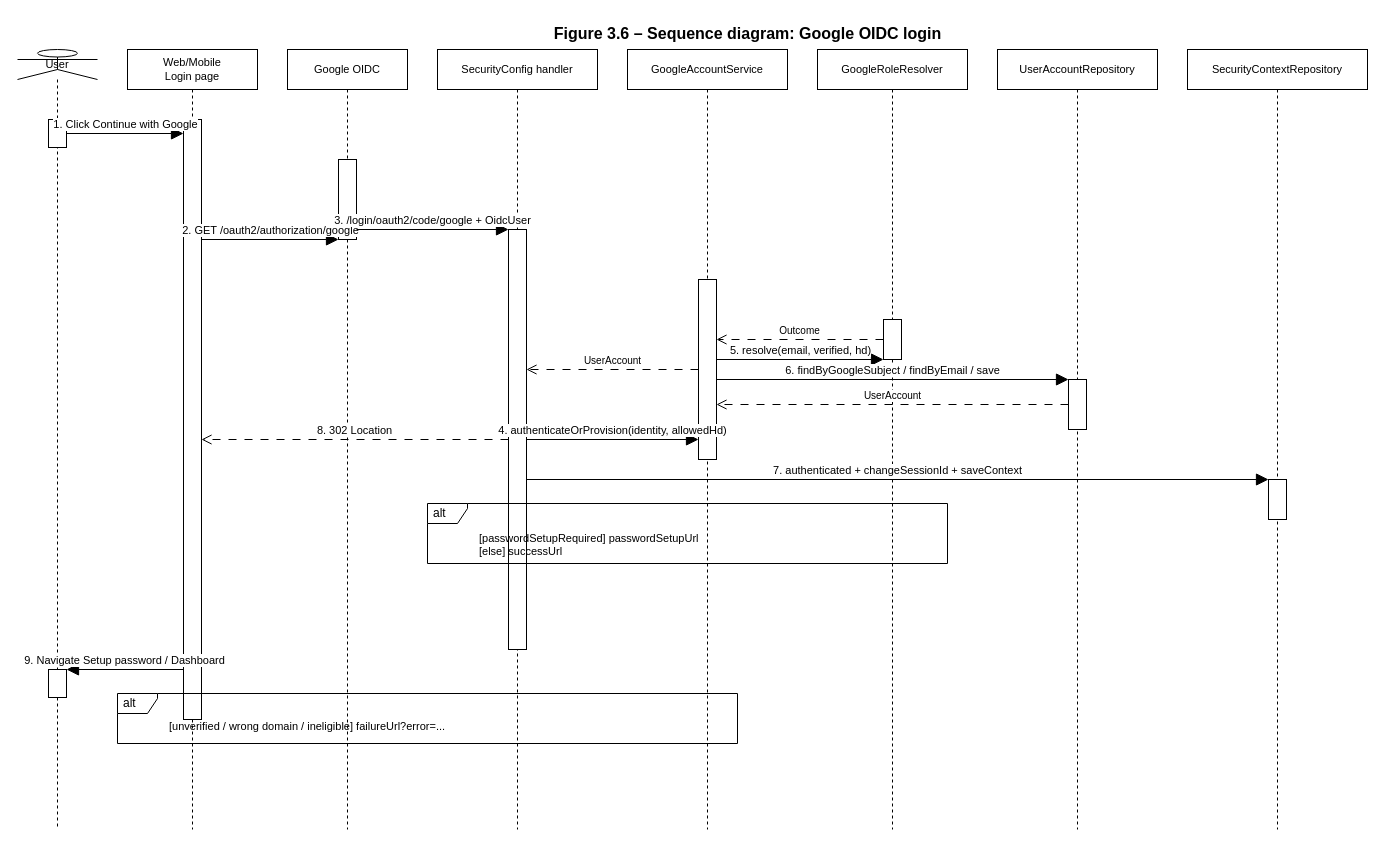
Earlier version of the draw.io diagram page "3.6 Google OIDC — Sequence" (6 of 20) of docs/diagrams/01-auth.drawio (Saga-Learning-to-Hero/saga-be). Source tidied: cells renumbered, new cells numbered last; positions are measured from the earlier drawing's top-left corner, leaving out a move shared by most shapes. Both pictures are drawn from the tidied source at 100%, with x=0, y=0 at pixel (17, 17).
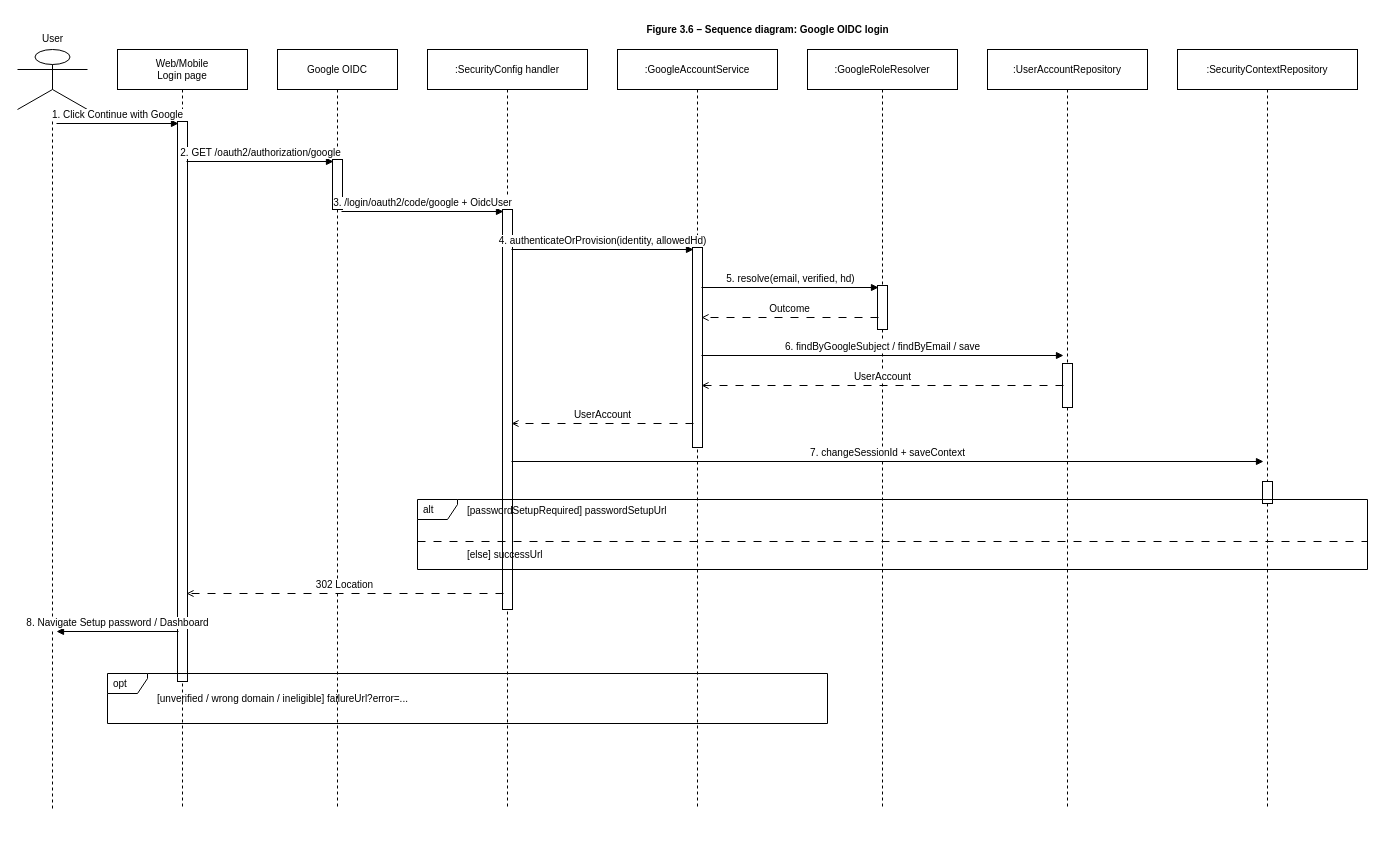
Above is the later version.

The edit, as a diff of the source:
```diff
@@
-    <mxCell id="2" value="Figure 3.6 – Sequence diagram: Google OIDC login" style="text;html=1;strokeColor=none;fillColor=none;align=center;fontStyle=1;fontSize=16;" parent="1" vertex="1">
-      <mxGeometry x="490" width="480" height="22" as="geometry" />
+    <mxCell id="2" value="Figure 3.6 – Sequence diagram: Google OIDC login" style="text;html=1;strokeColor=none;fillColor=none;align=center;fontStyle=1;fontSize=10;" parent="1" vertex="1">
+      <mxGeometry x="490" width="520" height="22" as="geometry" />
     </mxCell>
-    <mxCell id="3" value="User" style="shape=umlLifeline;perimeter=lifelinePerimeter;whiteSpace=wrap;html=1;participant=umlActor;size=30;fontSize=11;" parent="1" vertex="1">
-      <mxGeometry y="32" width="80" height="780" as="geometry" />
+    <mxCell id="3" value="User" style="text;html=1;align=center;verticalAlign=bottom;fontSize=10;strokeColor=none;fillColor=none;" parent="1" vertex="1">
+      <mxGeometry y="14" width="70" height="16" as="geometry" />
     </mxCell>
+    <mxCell id="36" style="shape=umlLifeline;perimeter=lifelinePerimeter;whiteSpace=wrap;html=1;participant=umlActor;size=60;fontSize=10;strokeColor=#000000;" parent="1" vertex="1">
+      <mxGeometry y="32" width="70" height="760" as="geometry" />
+    </mxCell>
-    <mxCell id="4" value="Web/Mobile&lt;br&gt;Login page" style="shape=umlLifeline;perimeter=lifelinePerimeter;whiteSpace=wrap;html=1;size=40;fontSize=11;fillColor=#ffffff;" parent="1" vertex="1">
-      <mxGeometry x="110" y="32" width="130" height="780" as="geometry" />
+    <mxCell id="4" value="Web/Mobile&lt;br&gt;Login page" style="shape=umlLifeline;perimeter=lifelinePerimeter;whiteSpace=wrap;html=1;size=40;fontSize=10;fillColor=#ffffff;strokeColor=#000000;" parent="1" vertex="1">
+      <mxGeometry x="100" y="32" width="130" height="760" as="geometry" />
     </mxCell>
-    <mxCell id="5" value="Google OIDC" style="shape=umlLifeline;perimeter=lifelinePerimeter;whiteSpace=wrap;html=1;size=40;fontSize=11;fillColor=#ffffff;" parent="1" vertex="1">
-      <mxGeometry x="270" y="32" width="120" height="780" as="geometry" />
+    <mxCell id="5" value="Google OIDC" style="shape=umlLifeline;perimeter=lifelinePerimeter;whiteSpace=wrap;html=1;size=40;fontSize=10;fillColor=#ffffff;strokeColor=#000000;" parent="1" vertex="1">
+      <mxGeometry x="260" y="32" width="120" height="760" as="geometry" />
     </mxCell>
-    <mxCell id="6" value="SecurityConfig handler" style="shape=umlLifeline;perimeter=lifelinePerimeter;whiteSpace=wrap;html=1;size=40;fontSize=11;fillColor=#ffffff;" parent="1" vertex="1">
-      <mxGeometry x="420" y="32" width="160" height="780" as="geometry" />
-    </mxCell>
-    <mxCell id="7" value="GoogleAccountService" style="shape=umlLifeline;perimeter=lifelinePerimeter;whiteSpace=wrap;html=1;size=40;fontSize=11;fillColor=#ffffff;" parent="1" vertex="1">
-      <mxGeometry x="610" y="32" width="160" height="780" as="geometry" />
-    </mxCell>
-    <mxCell id="8" value="GoogleRoleResolver" style="shape=umlLifeline;perimeter=lifelinePerimeter;whiteSpace=wrap;html=1;size=40;fontSize=11;fillColor=#ffffff;" parent="1" vertex="1">
-      <mxGeometry x="800" y="32" width="150" height="780" as="geometry" />
-    </mxCell>
-    <mxCell id="9" value="UserAccountRepository" style="shape=umlLifeline;perimeter=lifelinePerimeter;whiteSpace=wrap;html=1;size=40;fontSize=11;fillColor=#ffffff;" parent="1" vertex="1">
-      <mxGeometry x="980" y="32" width="160" height="780" as="geometry" />
-    </mxCell>
-    <mxCell id="10" value="SecurityContextRepository" style="shape=umlLifeline;perimeter=lifelinePerimeter;whiteSpace=wrap;html=1;size=40;fontSize=11;fillColor=#ffffff;" parent="1" vertex="1">
-      <mxGeometry x="1170" y="32" width="180" height="780" as="geometry" />
-    </mxCell>
-    <mxCell id="11" style="html=1;points=[];perimeter=orthogonalPerimeter;outlineConnect=0;targetShapes=umlLifeline;portConstraint=eastwest;fillColor=#ffffff;" parent="3" vertex="1">
-      <mxGeometry x="31" y="70" width="18" height="28" as="geometry" />
-    </mxCell>
-    <mxCell id="12" style="html=1;points=[];perimeter=orthogonalPerimeter;outlineConnect=0;targetShapes=umlLifeline;portConstraint=eastwest;fillColor=#ffffff;" parent="4" vertex="1">
-      <mxGeometry x="56" y="70" width="18" height="600" as="geometry" />
-    </mxCell>
-    <mxCell id="13" style="html=1;points=[];perimeter=orthogonalPerimeter;outlineConnect=0;targetShapes=umlLifeline;portConstraint=eastwest;fillColor=#ffffff;" parent="5" vertex="1">
-      <mxGeometry x="51" y="110" width="18" height="80" as="geometry" />
-    </mxCell>
-    <mxCell id="14" style="html=1;points=[];perimeter=orthogonalPerimeter;outlineConnect=0;targetShapes=umlLifeline;portConstraint=eastwest;fillColor=#ffffff;" parent="6" vertex="1">
-      <mxGeometry x="71" y="180" width="18" height="420" as="geometry" />
-    </mxCell>
-    <mxCell id="15" style="html=1;points=[];perimeter=orthogonalPerimeter;outlineConnect=0;targetShapes=umlLifeline;portConstraint=eastwest;fillColor=#ffffff;" parent="7" vertex="1">
-      <mxGeometry x="71" y="230" width="18" height="180" as="geometry" />
-    </mxCell>
-    <mxCell id="16" style="html=1;points=[];perimeter=orthogonalPerimeter;outlineConnect=0;targetShapes=umlLifeline;portConstraint=eastwest;fillColor=#ffffff;" parent="8" vertex="1">
-      <mxGeometry x="66" y="270" width="18" height="40" as="geometry" />
-    </mxCell>
-    <mxCell id="17" style="html=1;points=[];perimeter=orthogonalPerimeter;outlineConnect=0;targetShapes=umlLifeline;portConstraint=eastwest;fillColor=#ffffff;" parent="9" vertex="1">
-      <mxGeometry x="71" y="330" width="18" height="50" as="geometry" />
-    </mxCell>
-    <mxCell id="18" style="html=1;points=[];perimeter=orthogonalPerimeter;outlineConnect=0;targetShapes=umlLifeline;portConstraint=eastwest;fillColor=#ffffff;" parent="10" vertex="1">
-      <mxGeometry x="81" y="430" width="18" height="40" as="geometry" />
-    </mxCell>
-    <mxCell id="19" style="html=1;points=[];perimeter=orthogonalPerimeter;outlineConnect=0;targetShapes=umlLifeline;portConstraint=eastwest;fillColor=#ffffff;" parent="3" vertex="1">
-      <mxGeometry x="31" y="620" width="18" height="28" as="geometry" />
-    </mxCell>
+    <mxCell id="37" value=":SecurityConfig handler" style="shape=umlLifeline;perimeter=lifelinePerimeter;whiteSpace=wrap;html=1;size=40;fontSize=10;fillColor=#ffffff;strokeColor=#000000;" parent="1" vertex="1">
+      <mxGeometry x="410" y="32" width="160" height="760" as="geometry" />
+    </mxCell>
+    <mxCell id="38" value=":GoogleAccountService" style="shape=umlLifeline;perimeter=lifelinePerimeter;whiteSpace=wrap;html=1;size=40;fontSize=10;fillColor=#ffffff;strokeColor=#000000;" parent="1" vertex="1">
+      <mxGeometry x="600" y="32" width="160" height="760" as="geometry" />
+    </mxCell>
+    <mxCell id="39" value=":GoogleRoleResolver" style="shape=umlLifeline;perimeter=lifelinePerimeter;whiteSpace=wrap;html=1;size=40;fontSize=10;fillColor=#ffffff;strokeColor=#000000;" parent="1" vertex="1">
+      <mxGeometry x="790" y="32" width="150" height="760" as="geometry" />
+    </mxCell>
+    <mxCell id="40" value=":UserAccountRepository" style="shape=umlLifeline;perimeter=lifelinePerimeter;whiteSpace=wrap;html=1;size=40;fontSize=10;fillColor=#ffffff;strokeColor=#000000;" parent="1" vertex="1">
+      <mxGeometry x="970" y="32" width="160" height="760" as="geometry" />
+    </mxCell>
+    <mxCell id="41" value=":SecurityContextRepository" style="shape=umlLifeline;perimeter=lifelinePerimeter;whiteSpace=wrap;html=1;size=40;fontSize=10;fillColor=#ffffff;strokeColor=#000000;" parent="1" vertex="1">
+      <mxGeometry x="1160" y="32" width="180" height="760" as="geometry" />
+    </mxCell>
+    <mxCell id="42" style="html=1;fillColor=#ffffff;strokeColor=#000000;" parent="4" vertex="1">
+      <mxGeometry x="60" y="72" width="10" height="560" as="geometry" />
+    </mxCell>
+    <mxCell id="43" style="html=1;fillColor=#ffffff;strokeColor=#000000;" parent="5" vertex="1">
+      <mxGeometry x="55" y="110" width="10" height="50" as="geometry" />
+    </mxCell>
+    <mxCell id="44" style="html=1;fillColor=#ffffff;strokeColor=#000000;" parent="37" vertex="1">
+      <mxGeometry x="75" y="160" width="10" height="400" as="geometry" />
+    </mxCell>
+    <mxCell id="45" style="html=1;fillColor=#ffffff;strokeColor=#000000;" parent="38" vertex="1">
+      <mxGeometry x="75" y="198" width="10" height="200" as="geometry" />
+    </mxCell>
+    <mxCell id="46" style="html=1;fillColor=#ffffff;strokeColor=#000000;" parent="39" vertex="1">
+      <mxGeometry x="70" y="236" width="10" height="44" as="geometry" />
+    </mxCell>
+    <mxCell id="47" style="html=1;fillColor=#ffffff;strokeColor=#000000;" parent="40" vertex="1">
+      <mxGeometry x="75" y="314" width="10" height="44" as="geometry" />
+    </mxCell>
+    <mxCell id="48" style="html=1;fillColor=#ffffff;strokeColor=#000000;" parent="41" vertex="1">
+      <mxGeometry x="85" y="432" width="10" height="22" as="geometry" />
+    </mxCell>
+    <mxCell id="49" style="ellipse;fillColor=none;strokeColor=none;opacity=0;" parent="36" vertex="1">
+      <mxGeometry x="31" y="70" width="8" height="8" as="geometry" />
+    </mxCell>
+    <mxCell id="50" style="ellipse;fillColor=none;strokeColor=none;opacity=0;" parent="4" vertex="1">
+      <mxGeometry x="61" y="70" width="8" height="8" as="geometry" />
+    </mxCell>
-    <mxCell id="20" value="1. Click Continue with Google" style="html=1;verticalAlign=bottom;endArrow=block;endFill=1;endSize=10;fontSize=11;" parent="1" edge="1" source="11" target="12">
+    <mxCell id="20" value="1. Click Continue with Google" style="html=1;verticalAlign=bottom;endArrow=block;endFill=1;endSize=5;startArrow=none;edgeStyle=none;rounded=0;strokeWidth=1;fontSize=10;labelBackgroundColor=#ffffff;strokeColor=#000000;" parent="1" edge="1" source="49" target="50">
       <mxGeometry relative="1" as="geometry" />
     </mxCell>
+    <mxCell id="51" style="ellipse;fillColor=none;strokeColor=none;opacity=0;" parent="4" vertex="1">
+      <mxGeometry x="61" y="108" width="8" height="8" as="geometry" />
+    </mxCell>
+    <mxCell id="52" style="ellipse;fillColor=none;strokeColor=none;opacity=0;" parent="5" vertex="1">
+      <mxGeometry x="56" y="108" width="8" height="8" as="geometry" />
+    </mxCell>
-    <mxCell id="21" value="2. GET /oauth2/authorization/google" style="html=1;verticalAlign=bottom;endArrow=block;endFill=1;endSize=10;fontSize=11;" parent="1" edge="1" source="12" target="13">
+    <mxCell id="21" value="2. GET /oauth2/authorization/google" style="html=1;verticalAlign=bottom;endArrow=block;endFill=1;endSize=5;startArrow=none;edgeStyle=none;rounded=0;strokeWidth=1;fontSize=10;labelBackgroundColor=#ffffff;strokeColor=#000000;" parent="1" edge="1" source="51" target="52">
       <mxGeometry relative="1" as="geometry" />
     </mxCell>
+    <mxCell id="53" style="ellipse;fillColor=none;strokeColor=none;opacity=0;" parent="5" vertex="1">
+      <mxGeometry x="56" y="158" width="8" height="8" as="geometry" />
+    </mxCell>
+    <mxCell id="54" style="ellipse;fillColor=none;strokeColor=none;opacity=0;" parent="37" vertex="1">
+      <mxGeometry x="76" y="158" width="8" height="8" as="geometry" />
+    </mxCell>
-    <mxCell id="22" value="3. /login/oauth2/code/google + OidcUser" style="html=1;verticalAlign=bottom;endArrow=block;endFill=1;endSize=10;fontSize=11;" parent="1" edge="1" source="13" target="14">
+    <mxCell id="22" value="3. /login/oauth2/code/google + OidcUser" style="html=1;verticalAlign=bottom;endArrow=block;endFill=1;endSize=5;startArrow=none;edgeStyle=none;rounded=0;strokeWidth=1;fontSize=10;labelBackgroundColor=#ffffff;strokeColor=#000000;" parent="1" edge="1" source="53" target="54">
       <mxGeometry relative="1" as="geometry" />
     </mxCell>
+    <mxCell id="55" style="ellipse;fillColor=none;strokeColor=none;opacity=0;" parent="37" vertex="1">
+      <mxGeometry x="76" y="196" width="8" height="8" as="geometry" />
+    </mxCell>
+    <mxCell id="56" style="ellipse;fillColor=none;strokeColor=none;opacity=0;" parent="38" vertex="1">
+      <mxGeometry x="76" y="196" width="8" height="8" as="geometry" />
+    </mxCell>
-    <mxCell id="23" value="4. authenticateOrProvision(identity, allowedHd)" style="html=1;verticalAlign=bottom;endArrow=block;endFill=1;endSize=10;fontSize=11;" parent="1" edge="1" source="14" target="15">
+    <mxCell id="23" value="4. authenticateOrProvision(identity, allowedHd)" style="html=1;verticalAlign=bottom;endArrow=block;endFill=1;endSize=5;startArrow=none;edgeStyle=none;rounded=0;strokeWidth=1;fontSize=10;labelBackgroundColor=#ffffff;strokeColor=#000000;" parent="1" edge="1" source="55" target="56">
       <mxGeometry relative="1" as="geometry" />
     </mxCell>
+    <mxCell id="57" style="ellipse;fillColor=none;strokeColor=none;opacity=0;" parent="38" vertex="1">
+      <mxGeometry x="76" y="234" width="8" height="8" as="geometry" />
+    </mxCell>
+    <mxCell id="58" style="ellipse;fillColor=none;strokeColor=none;opacity=0;" parent="39" vertex="1">
+      <mxGeometry x="71" y="234" width="8" height="8" as="geometry" />
+    </mxCell>
-    <mxCell id="24" value="5. resolve(email, verified, hd)" style="html=1;verticalAlign=bottom;endArrow=block;endFill=1;endSize=10;fontSize=11;" parent="1" edge="1" source="15" target="16">
+    <mxCell id="24" value="5. resolve(email, verified, hd)" style="html=1;verticalAlign=bottom;endArrow=block;endFill=1;endSize=5;startArrow=none;edgeStyle=none;rounded=0;strokeWidth=1;fontSize=10;labelBackgroundColor=#ffffff;strokeColor=#000000;" parent="1" edge="1" source="57" target="58">
       <mxGeometry relative="1" as="geometry" />
     </mxCell>
+    <mxCell id="59" style="ellipse;fillColor=none;strokeColor=none;opacity=0;" parent="39" vertex="1">
+      <mxGeometry x="71" y="264" width="8" height="8" as="geometry" />
+    </mxCell>
+    <mxCell id="60" style="ellipse;fillColor=none;strokeColor=none;opacity=0;" parent="38" vertex="1">
+      <mxGeometry x="76" y="264" width="8" height="8" as="geometry" />
+    </mxCell>
-    <mxCell id="25" value="Outcome" style="html=1;verticalAlign=bottom;endArrow=open;endFill=0;dashed=1;dashPattern=8 8;endSize=8;fontSize=10;" parent="1" edge="1" source="16" target="15">
+    <mxCell id="25" value="Outcome" style="html=1;verticalAlign=bottom;endArrow=open;endFill=0;dashed=1;dashPattern=8 8;endSize=5;startArrow=none;edgeStyle=none;rounded=0;strokeWidth=1;fontSize=10;labelBackgroundColor=#ffffff;strokeColor=#000000;" parent="1" edge="1" source="59" target="60">
       <mxGeometry relative="1" as="geometry" />
     </mxCell>
+    <mxCell id="61" style="ellipse;fillColor=none;strokeColor=none;opacity=0;" parent="38" vertex="1">
+      <mxGeometry x="76" y="302" width="8" height="8" as="geometry" />
+    </mxCell>
+    <mxCell id="62" style="ellipse;fillColor=none;strokeColor=none;opacity=0;" parent="40" vertex="1">
+      <mxGeometry x="76" y="302" width="8" height="8" as="geometry" />
+    </mxCell>
-    <mxCell id="26" value="6. findByGoogleSubject / findByEmail / save" style="html=1;verticalAlign=bottom;endArrow=block;endFill=1;endSize=10;fontSize=11;" parent="1" edge="1" source="15" target="17">
+    <mxCell id="26" value="6. findByGoogleSubject / findByEmail / save" style="html=1;verticalAlign=bottom;endArrow=block;endFill=1;endSize=5;startArrow=none;edgeStyle=none;rounded=0;strokeWidth=1;fontSize=10;labelBackgroundColor=#ffffff;strokeColor=#000000;" parent="1" edge="1" source="61" target="62">
       <mxGeometry relative="1" as="geometry" />
     </mxCell>
+    <mxCell id="63" style="ellipse;fillColor=none;strokeColor=none;opacity=0;" parent="40" vertex="1">
+      <mxGeometry x="76" y="332" width="8" height="8" as="geometry" />
+    </mxCell>
+    <mxCell id="64" style="ellipse;fillColor=none;strokeColor=none;opacity=0;" parent="38" vertex="1">
+      <mxGeometry x="76" y="332" width="8" height="8" as="geometry" />
+    </mxCell>
-    <mxCell id="27" value="UserAccount" style="html=1;verticalAlign=bottom;endArrow=open;endFill=0;dashed=1;dashPattern=8 8;endSize=8;fontSize=10;" parent="1" edge="1" source="17" target="15">
+    <mxCell id="27" value="UserAccount" style="html=1;verticalAlign=bottom;endArrow=open;endFill=0;dashed=1;dashPattern=8 8;endSize=5;startArrow=none;edgeStyle=none;rounded=0;strokeWidth=1;fontSize=10;labelBackgroundColor=#ffffff;strokeColor=#000000;" parent="1" edge="1" source="63" target="64">
       <mxGeometry relative="1" as="geometry" />
     </mxCell>
+    <mxCell id="65" style="ellipse;fillColor=none;strokeColor=none;opacity=0;" parent="38" vertex="1">
+      <mxGeometry x="76" y="370" width="8" height="8" as="geometry" />
+    </mxCell>
+    <mxCell id="66" style="ellipse;fillColor=none;strokeColor=none;opacity=0;" parent="37" vertex="1">
+      <mxGeometry x="76" y="370" width="8" height="8" as="geometry" />
+    </mxCell>
-    <mxCell id="28" value="UserAccount" style="html=1;verticalAlign=bottom;endArrow=open;endFill=0;dashed=1;dashPattern=8 8;endSize=8;fontSize=10;" parent="1" edge="1" source="15" target="14">
+    <mxCell id="28" value="UserAccount" style="html=1;verticalAlign=bottom;endArrow=open;endFill=0;dashed=1;dashPattern=8 8;endSize=5;startArrow=none;edgeStyle=none;rounded=0;strokeWidth=1;fontSize=10;labelBackgroundColor=#ffffff;strokeColor=#000000;" parent="1" edge="1" source="65" target="66">
       <mxGeometry relative="1" as="geometry" />
     </mxCell>
+    <mxCell id="67" style="ellipse;fillColor=none;strokeColor=none;opacity=0;" parent="37" vertex="1">
+      <mxGeometry x="76" y="408" width="8" height="8" as="geometry" />
+    </mxCell>
+    <mxCell id="68" style="ellipse;fillColor=none;strokeColor=none;opacity=0;" parent="41" vertex="1">
+      <mxGeometry x="86" y="408" width="8" height="8" as="geometry" />
+    </mxCell>
-    <mxCell id="29" value="7. authenticated + changeSessionId + saveContext" style="html=1;verticalAlign=bottom;endArrow=block;endFill=1;endSize=10;fontSize=11;" parent="1" edge="1" source="14" target="18">
+    <mxCell id="29" value="7. changeSessionId + saveContext" style="html=1;verticalAlign=bottom;endArrow=block;endFill=1;endSize=5;startArrow=none;edgeStyle=none;rounded=0;strokeWidth=1;fontSize=10;labelBackgroundColor=#ffffff;strokeColor=#000000;" parent="1" edge="1" source="67" target="68">
       <mxGeometry relative="1" as="geometry" />
     </mxCell>
-    <mxCell id="30" value="alt" style="shape=umlFrame;whiteSpace=wrap;html=1;width=40;height=20;boundedLbl=1;align=left;spacingLeft=4;fillColor=none;" parent="1" vertex="1">
-      <mxGeometry x="410" y="486" width="520" height="60" as="geometry" />
-    </mxCell>
-    <mxCell id="31" value="[passwordSetupRequired]  passwordSetupUrl&lt;br&gt;[else]  successUrl" style="text;html=1;strokeColor=none;fillColor=none;align=left;fontSize=11;" parent="1" vertex="1">
-      <mxGeometry x="460" y="508" width="450" height="32" as="geometry" />
-    </mxCell>
+    <mxCell id="69" value="alt" style="shape=umlFrame;whiteSpace=wrap;html=1;width=40;height=20;boundedLbl=1;align=left;spacingLeft=4;verticalAlign=middle;fillColor=none;strokeColor=#000000;fontSize=10;" parent="1" vertex="1">
+      <mxGeometry x="400" y="482" width="950" height="70" as="geometry" />
+    </mxCell>
+    <mxCell id="70" value="[passwordSetupRequired]  passwordSetupUrl" style="text;html=1;strokeColor=none;fillColor=none;align=left;verticalAlign=middle;fontSize=10;" parent="1" vertex="1">
+      <mxGeometry x="448" y="484" width="420" height="18" as="geometry" />
+    </mxCell>
+    <mxCell id="71" style="endArrow=none;startArrow=none;dashed=1;dashPattern=8 8;strokeWidth=1;strokeColor=#000000;html=1;rounded=0;" parent="1" edge="1">
+      <mxGeometry relative="1" as="geometry">
+        <mxPoint x="400" y="524" as="sourcePoint" />
+        <mxPoint x="1350" y="524" as="targetPoint" />
+      </mxGeometry>
+    </mxCell>
+    <mxCell id="72" value="[else]  successUrl" style="text;html=1;strokeColor=none;fillColor=none;align=left;verticalAlign=middle;fontSize=10;" parent="1" vertex="1">
+      <mxGeometry x="448" y="528" width="420" height="18" as="geometry" />
+    </mxCell>
+    <mxCell id="73" style="ellipse;fillColor=none;strokeColor=none;opacity=0;" parent="37" vertex="1">
+      <mxGeometry x="76" y="540" width="8" height="8" as="geometry" />
+    </mxCell>
+    <mxCell id="74" style="ellipse;fillColor=none;strokeColor=none;opacity=0;" parent="4" vertex="1">
+      <mxGeometry x="61" y="540" width="8" height="8" as="geometry" />
+    </mxCell>
-    <mxCell id="32" value="8. 302 Location" style="html=1;verticalAlign=bottom;endArrow=open;endFill=0;dashed=1;dashPattern=8 8;endSize=8;fontSize=11;" parent="1" edge="1" source="14" target="12">
+    <mxCell id="32" value="302 Location" style="html=1;verticalAlign=bottom;endArrow=open;endFill=0;dashed=1;dashPattern=8 8;endSize=5;startArrow=none;edgeStyle=none;rounded=0;strokeWidth=1;fontSize=10;labelBackgroundColor=#ffffff;strokeColor=#000000;" parent="1" edge="1" source="73" target="74">
       <mxGeometry relative="1" as="geometry" />
     </mxCell>
+    <mxCell id="75" style="ellipse;fillColor=none;strokeColor=none;opacity=0;" parent="4" vertex="1">
+      <mxGeometry x="61" y="578" width="8" height="8" as="geometry" />
+    </mxCell>
+    <mxCell id="76" style="ellipse;fillColor=none;strokeColor=none;opacity=0;" parent="36" vertex="1">
+      <mxGeometry x="31" y="578" width="8" height="8" as="geometry" />
+    </mxCell>
-    <mxCell id="33" value="9. Navigate Setup password / Dashboard" style="html=1;verticalAlign=bottom;endArrow=block;endFill=1;endSize=10;fontSize=11;" parent="1" edge="1" source="12" target="19">
+    <mxCell id="33" value="8. Navigate Setup password / Dashboard" style="html=1;verticalAlign=bottom;endArrow=block;endFill=1;endSize=5;startArrow=none;edgeStyle=none;rounded=0;strokeWidth=1;fontSize=10;labelBackgroundColor=#ffffff;strokeColor=#000000;" parent="1" edge="1" source="75" target="76">
       <mxGeometry relative="1" as="geometry" />
     </mxCell>
-    <mxCell id="34" value="alt" style="shape=umlFrame;whiteSpace=wrap;html=1;width=40;height=20;boundedLbl=1;align=left;spacingLeft=4;fillColor=none;" parent="1" vertex="1">
-      <mxGeometry x="100" y="676" width="620" height="50" as="geometry" />
-    </mxCell>
+    <mxCell id="77" value="opt" style="shape=umlFrame;whiteSpace=wrap;html=1;width=40;height=20;boundedLbl=1;align=left;spacingLeft=4;verticalAlign=middle;fillColor=none;strokeColor=#000000;fontSize=10;" parent="1" vertex="1">
+      <mxGeometry x="90" y="656" width="720" height="50" as="geometry" />
+    </mxCell>
-    <mxCell id="35" value="[unverified / wrong domain / ineligible]  failureUrl?error=..." style="text;html=1;strokeColor=none;fillColor=none;align=left;fontSize=11;" parent="1" vertex="1">
-      <mxGeometry x="150" y="696" width="540" height="20" as="geometry" />
+    <mxCell id="35" value="[unverified / wrong domain / ineligible]  failureUrl?error=..." style="text;html=1;strokeColor=none;fillColor=none;align=left;verticalAlign=middle;fontSize=10;" parent="1" vertex="1">
+      <mxGeometry x="138" y="672" width="520" height="18" as="geometry" />
     </mxCell>
```
